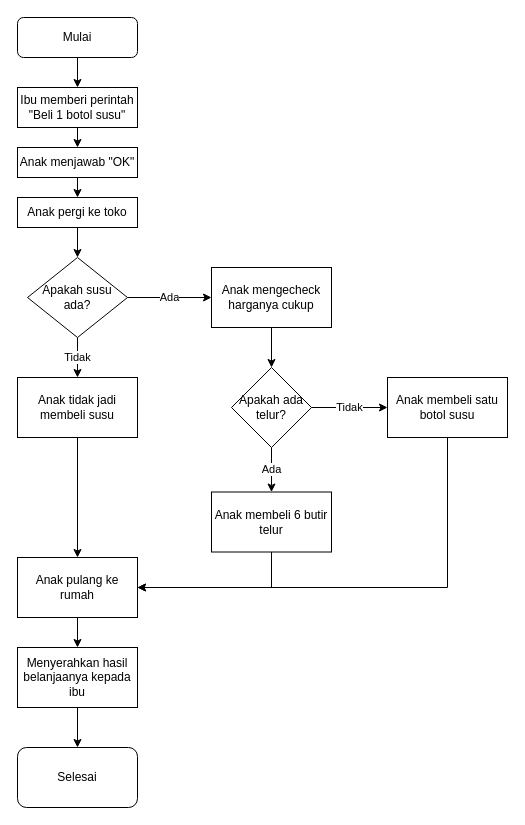
This is Python Fundamental.drawio from ahmadsulthoni/Diagram-Flowchart, a draw.io file, before an edit. Source tidied: cells renumbered, new cells numbered last; positions are measured from the earlier drawing's top-left corner, leaving out a move shared by most shapes. Both pictures are drawn from the tidied source at 100%, with x=0, y=0 at pixel (17, 17).
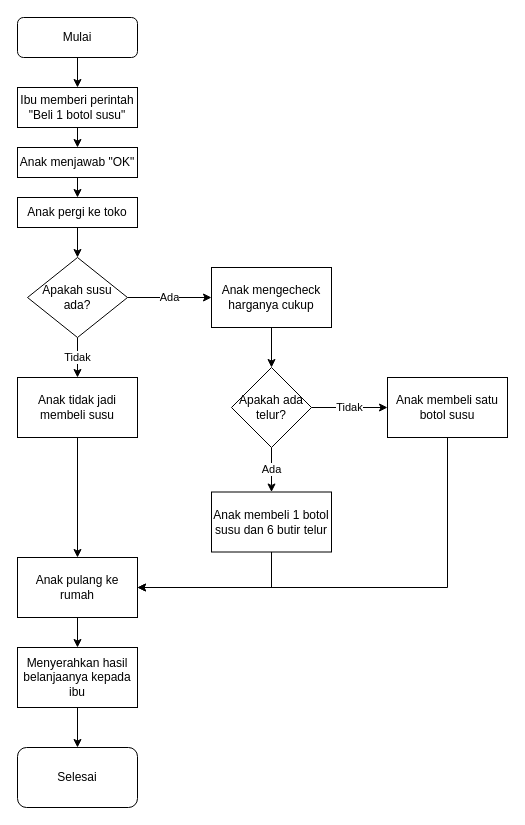
After the change.

Diff of the diagram source:
```diff
@@
-    <mxCell id="28" value="Anak membeli 6 butir telur" style="rounded=0;whiteSpace=wrap;html=1;" parent="1" vertex="1">
+    <mxCell id="28" value="Anak membeli 1 botol susu dan 6 butir telur" style="rounded=0;whiteSpace=wrap;html=1;" parent="1" vertex="1">
       <mxGeometry x="194" y="474.5" width="120" height="60" as="geometry" />
     </mxCell>
```
